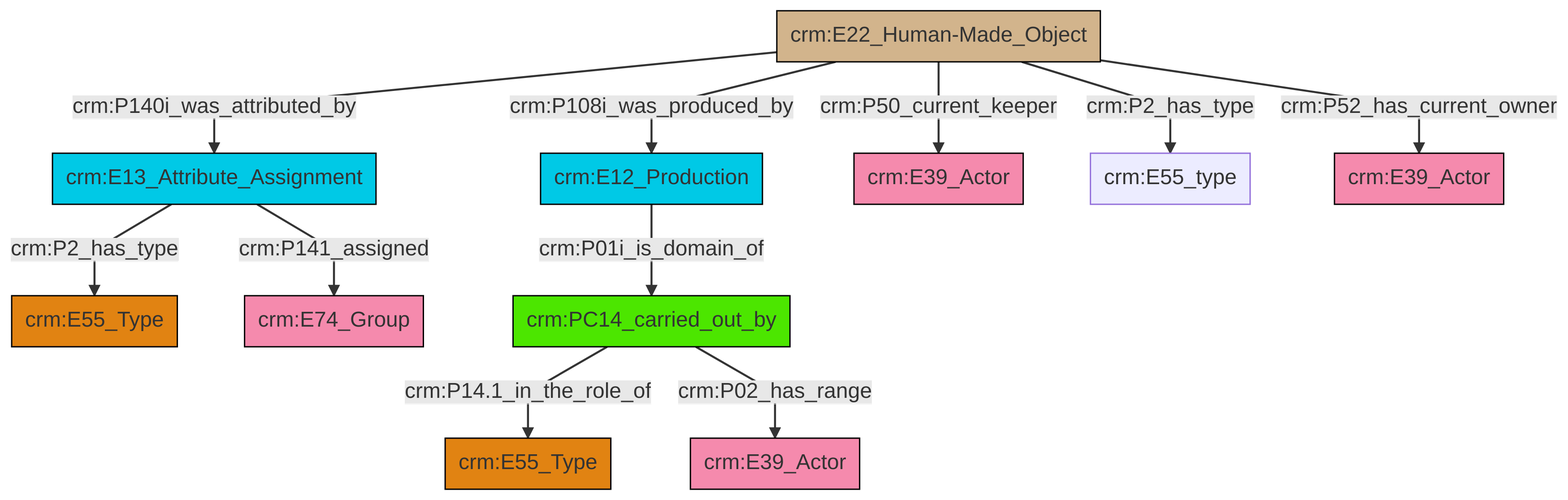
swiss-art-research-net/reference-data-models keeps this Mermaid diagram as et/artworkCSV/ttl/mmd/png/Artwork_Actor_Relations.png. Above is the earlier version. Its source is kept beside it as et/artworkCSV/ttl/mmd/Artwork_Actor_Relations.ttl.mmd.
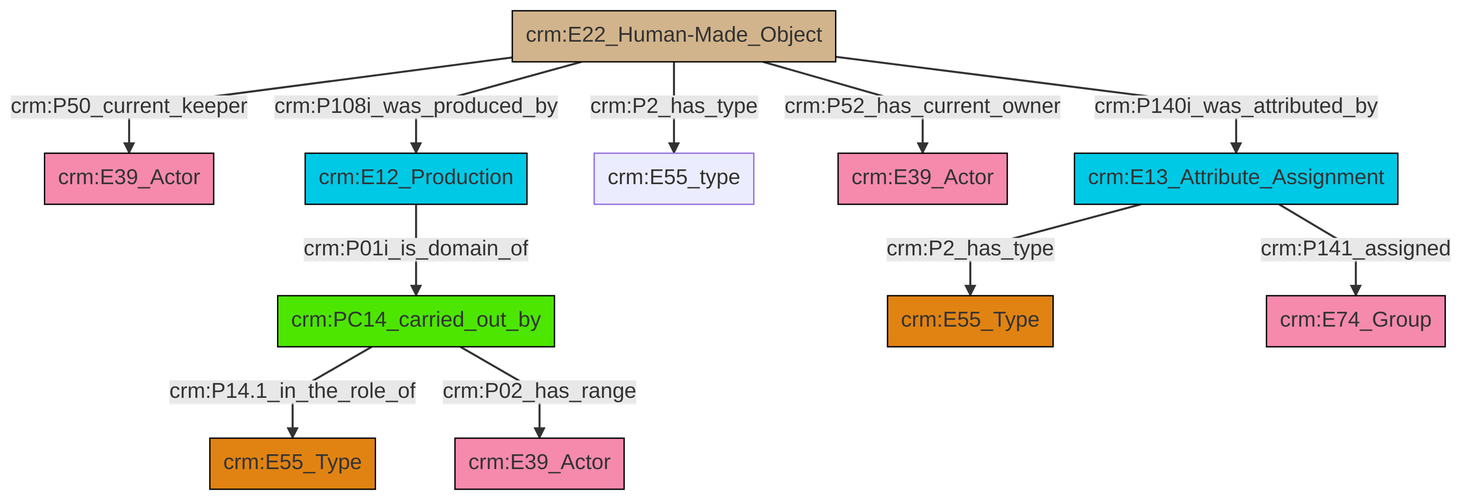
After the change.

Change to the diagram source:
```diff
@@ -13,13 +13,13 @@
 classDef PC_Classes fill:#4ce600, stroke:#000000;
 classDef Multi fill:#cccccc,stroke:#000000;
 
-2["crm:E22_Human-Made_Object"]:::Physical_Thing -->|crm:P140i_was_attributed_by| 3["crm:E13_Attribute_Assignment"]:::Temporal_Entity
-2["crm:E22_Human-Made_Object"]:::Physical_Thing -->|crm:P108i_was_produced_by| 6["crm:E12_Production"]:::Temporal_Entity
-7["crm:PC14_carried_out_by"]:::PC_Classes -->|crm:P14.1_in_the_role_of| 8["crm:E55_Type"]:::Type
-7["crm:PC14_carried_out_by"]:::PC_Classes -->|crm:P02_has_range| 10["crm:E39_Actor"]:::Actor
-3["crm:E13_Attribute_Assignment"]:::Temporal_Entity -->|crm:P2_has_type| 13["crm:E55_Type"]:::Type
-2["crm:E22_Human-Made_Object"]:::Physical_Thing -->|crm:P50_current_keeper| 11["crm:E39_Actor"]:::Actor
-6["crm:E12_Production"]:::Temporal_Entity -->|crm:P01i_is_domain_of| 7["crm:PC14_carried_out_by"]:::PC_Classes
-2["crm:E22_Human-Made_Object"]:::Physical_Thing -->|crm:P2_has_type| 15["crm:E55_type"]:::Default
-3["crm:E13_Attribute_Assignment"]:::Temporal_Entity -->|crm:P141_assigned| 0["crm:E74_Group"]:::Actor
-2["crm:E22_Human-Made_Object"]:::Physical_Thing -->|crm:P52_has_current_owner| 4["crm:E39_Actor"]:::Actor
+0["crm:PC14_carried_out_by"]:::PC_Classes -->|crm:P14.1_in_the_role_of| 1["crm:E55_Type"]:::Type
+8["crm:E22_Human-Made_Object"]:::Physical_Thing -->|crm:P2_has_type| 9["crm:E55_type"]:::Default
+12["crm:E13_Attribute_Assignment"]:::Temporal_Entity -->|crm:P2_has_type| 2["crm:E55_Type"]:::Type
+8["crm:E22_Human-Made_Object"]:::Physical_Thing -->|crm:P52_has_current_owner| 10["crm:E39_Actor"]:::Actor
+8["crm:E22_Human-Made_Object"]:::Physical_Thing -->|crm:P140i_was_attributed_by| 12["crm:E13_Attribute_Assignment"]:::Temporal_Entity
+6["crm:E12_Production"]:::Temporal_Entity -->|crm:P01i_is_domain_of| 0["crm:PC14_carried_out_by"]:::PC_Classes
+12["crm:E13_Attribute_Assignment"]:::Temporal_Entity -->|crm:P141_assigned| 13["crm:E74_Group"]:::Actor
+0["crm:PC14_carried_out_by"]:::PC_Classes -->|crm:P02_has_range| 18["crm:E39_Actor"]:::Actor
+8["crm:E22_Human-Made_Object"]:::Physical_Thing -->|crm:P108i_was_produced_by| 6["crm:E12_Production"]:::Temporal_Entity
+8["crm:E22_Human-Made_Object"]:::Physical_Thing -->|crm:P50_current_keeper| 4["crm:E39_Actor"]:::Actor
```
